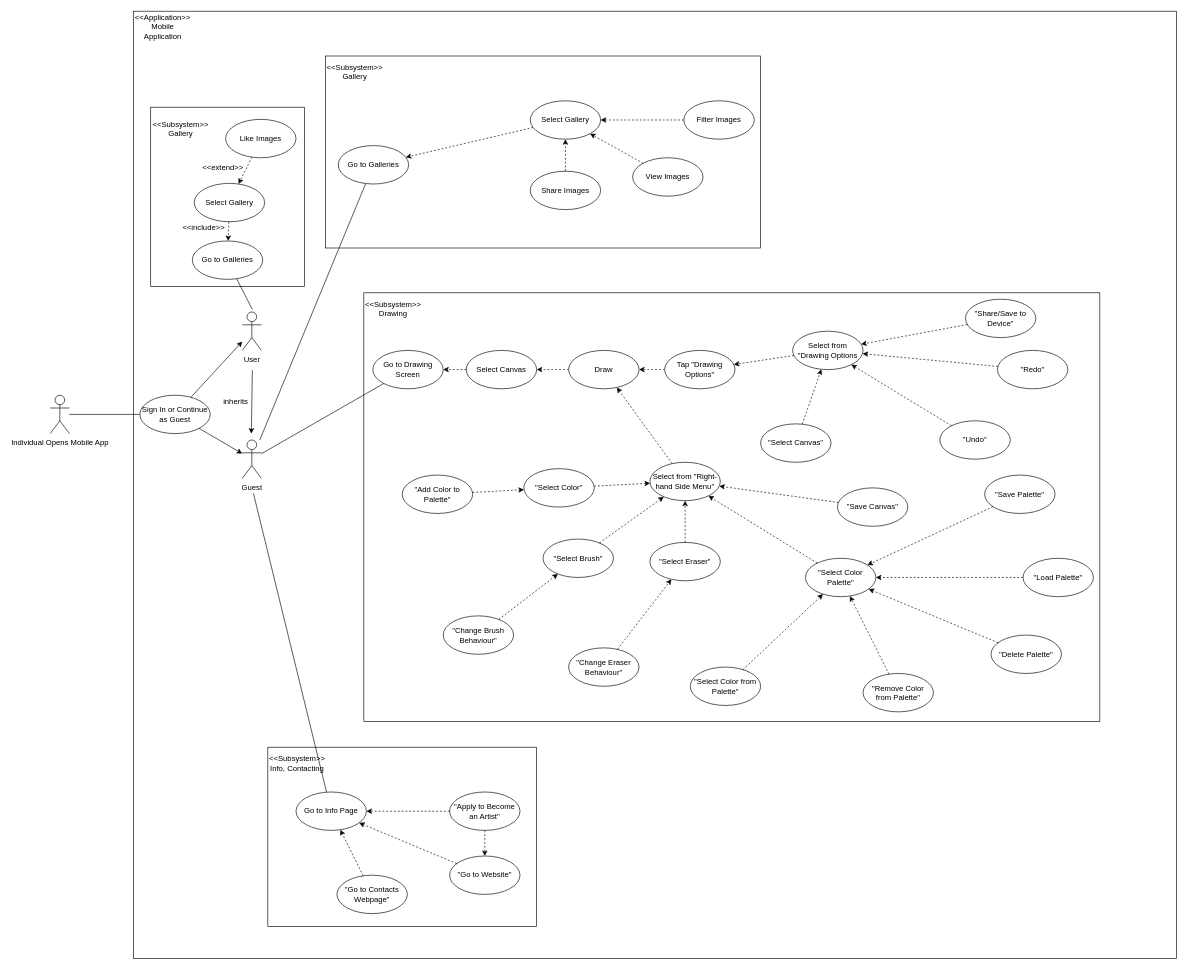
csinn/Painted-Prosthetics keeps this draw.io diagram as Documents/MobileAppUseCases.drawio. Above is the earlier version. Source tidied: cells renumbered, new cells numbered last; positions are measured from the earlier drawing's top-left corner, leaving out a move shared by most shapes. Both pictures are drawn from the tidied source at 64%, with x=0, y=0 at pixel (50, 11).
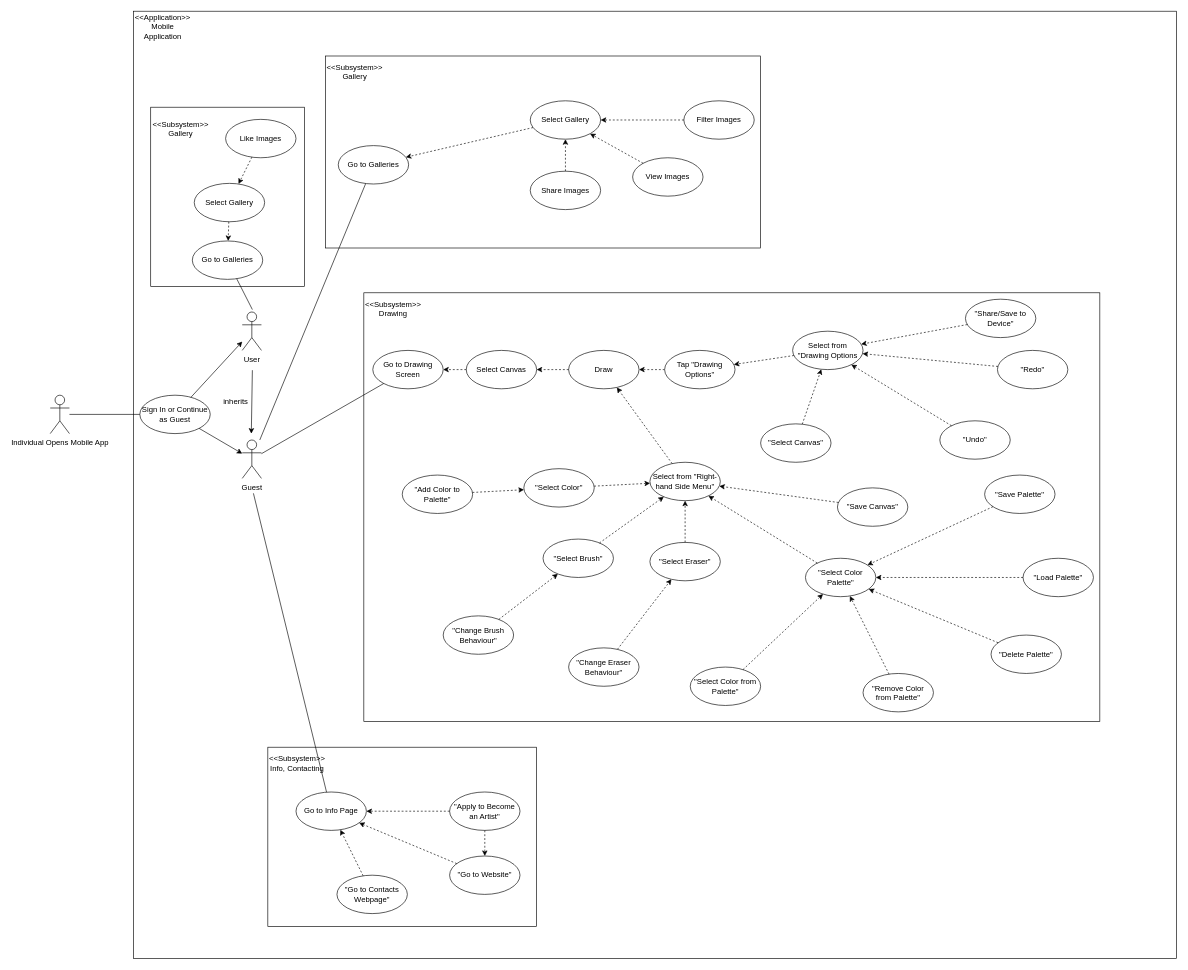
After the change.

Commit message (it also covers changes not shown here):
Slight changes to diagram.

The edit, as a diff of the source:
```diff
@@
-    <mxCell id="77" value="&amp;lt;&amp;lt;extend&amp;gt;&amp;gt;" style="text;html=1;strokeColor=none;fillColor=none;align=center;verticalAlign=middle;whiteSpace=wrap;rounded=0;" parent="1" vertex="1">
-      <mxGeometry x="250" y="234" width="40" height="20" as="geometry" />
-    </mxCell>
@@
-    <mxCell id="90" value="&amp;lt;&amp;lt;include&amp;gt;&amp;gt;" style="text;html=1;strokeColor=none;fillColor=none;align=center;verticalAlign=middle;whiteSpace=wrap;rounded=0;" parent="1" vertex="1">
-      <mxGeometry x="220" y="329" width="40" height="20" as="geometry" />
-    </mxCell>
```
